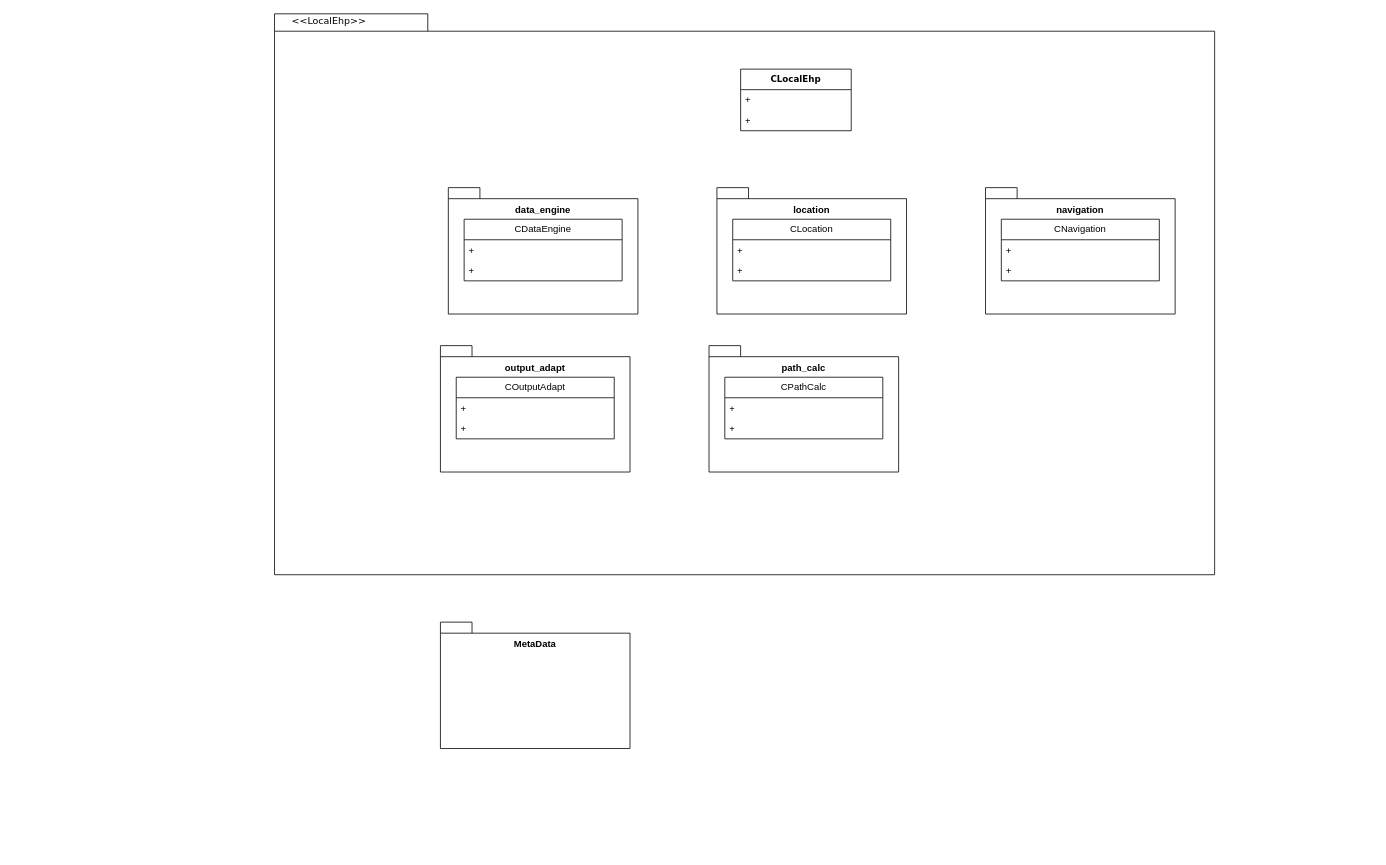
This is 未命名绘图.drawio from Collinlxf/KF-GINS, a draw.io file, before an edit. Source tidied: cells renumbered, new cells numbered last; positions are measured from the earlier drawing's top-left corner, leaving out a move shared by most shapes. Both pictures are drawn from the tidied source at 79%, with x=0, y=0 at pixel (274, 13).
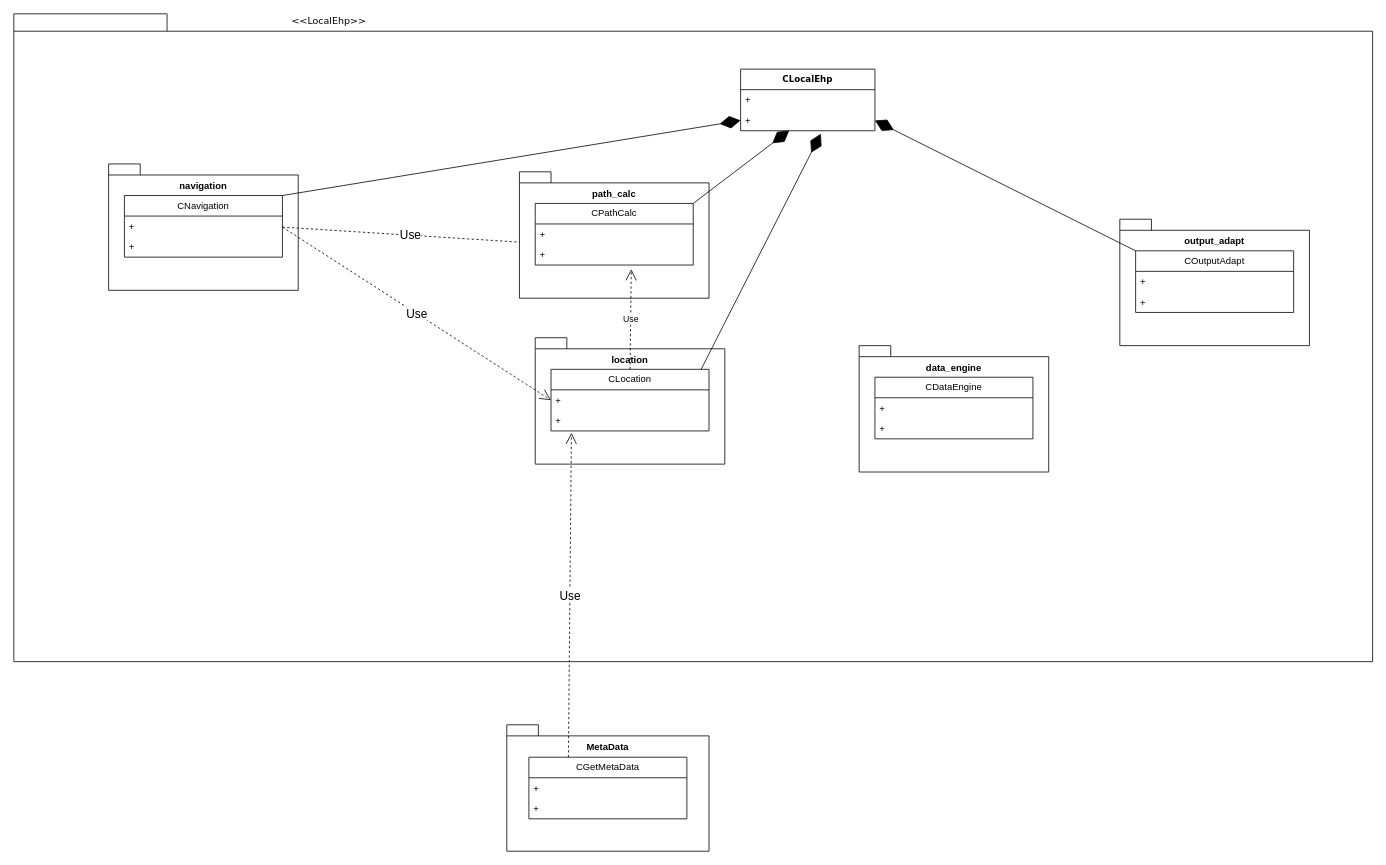
The same page after the edit.

Commit message (it also covers changes not shown here):
更新未命名绘图.drawio

The change refers to these unchanged cells:
```xml
<mxCell id="14" value="&lt;div style=&quot;white-space-collapse: preserve;&quot;&gt;CLocation&lt;/div&gt;" style="swimlane;fontStyle=0;horizontal=1;startSize=26;fillColor=none;whiteSpace=wrap;html=1;" parent="12" vertex="1">
  <mxGeometry x="20" y="40" width="200" height="78" as="geometry" />
</mxCell>
<mxCell id="15" value="+" style="text;strokeColor=none;fillColor=none;align=left;verticalAlign=top;spacingLeft=4;spacingRight=4;overflow=hidden;points=[[0,0.5],[1,0.5]];portConstraint=eastwest;whiteSpace=wrap;html=1;" parent="14" vertex="1">
  <mxGeometry y="26" width="200" height="26" as="geometry" />
</mxCell>
<mxCell id="16" value="+" style="text;strokeColor=none;fillColor=none;align=left;verticalAlign=top;spacingLeft=4;spacingRight=4;overflow=hidden;points=[[0,0.5],[1,0.5]];portConstraint=eastwest;whiteSpace=wrap;html=1;" parent="14" vertex="1">
  <mxGeometry y="52" width="200" height="26" as="geometry" />
</mxCell>
<mxCell id="24" value="&lt;div style=&quot;white-space-collapse: preserve;&quot;&gt;COutputAdapt&lt;/div&gt;" style="swimlane;fontStyle=0;horizontal=1;startSize=26;fillColor=none;whiteSpace=wrap;html=1;" parent="22" vertex="1">
  <mxGeometry x="20" y="40" width="200" height="78" as="geometry" />
</mxCell>
<mxCell id="31" value="+" style="text;strokeColor=none;fillColor=none;align=left;verticalAlign=top;spacingLeft=4;spacingRight=4;overflow=hidden;points=[[0,0.5],[1,0.5]];portConstraint=eastwest;whiteSpace=wrap;html=1;" parent="29" vertex="1">
  <mxGeometry y="52" width="200" height="26" as="geometry" />
</mxCell>
```

What changed in the source:
```diff
@@
     <mxCell id="2" style="shape=folder;fontStyle=1;spacingTop=10;tabWidth=194;tabHeight=22;tabPosition=left;html=1;rounded=0;shadow=0;comic=0;labelBackgroundColor=none;strokeWidth=1;fillColor=none;fontFamily=Verdana;fontSize=10;align=center;" parent="1" vertex="1">
-      <mxGeometry width="1190" height="710" as="geometry" />
+      <mxGeometry x="-330" width="1720" height="820" as="geometry" />
     </mxCell>
@@
     <mxCell id="4" value="&lt;span style=&quot;font-family: Verdana; font-size: 11px; font-weight: 700; text-wrap-mode: nowrap;&quot;&gt;CLocalEhp&lt;/span&gt;" style="swimlane;fontStyle=0;horizontal=1;startSize=26;fillColor=none;whiteSpace=wrap;html=1;" parent="1" vertex="1">
-      <mxGeometry x="590" y="70" width="140" height="78" as="geometry" />
+      <mxGeometry x="590" y="70" width="170" height="78" as="geometry" />
     </mxCell>
     <mxCell id="5" value="+" style="text;strokeColor=none;fillColor=none;align=left;verticalAlign=top;spacingLeft=4;spacingRight=4;overflow=hidden;whiteSpace=wrap;html=1;" parent="4" vertex="1">
-      <mxGeometry y="26" width="140" height="26" as="geometry" />
+      <mxGeometry y="26" width="170" height="26" as="geometry" />
     </mxCell>
     <mxCell id="6" value="+" style="text;strokeColor=none;fillColor=none;align=left;verticalAlign=top;spacingLeft=4;spacingRight=4;overflow=hidden;points=[[0,0.5],[1,0.5]];portConstraint=eastwest;whiteSpace=wrap;html=1;" parent="4" vertex="1">
-      <mxGeometry y="52" width="140" height="26" as="geometry" />
+      <mxGeometry y="52" width="170" height="26" as="geometry" />
     </mxCell>
     <mxCell id="7" style="group;" parent="1" vertex="1">
-      <mxGeometry x="220" y="220" width="240" height="160" as="geometry" />
+      <mxGeometry x="740" y="420" width="240" height="160" as="geometry" />
     </mxCell>
@@
     <mxCell id="12" style="group;" parent="1" vertex="1">
-      <mxGeometry x="560" y="220" width="240" height="160" as="geometry" />
+      <mxGeometry x="330" y="410" width="240" height="160" as="geometry" />
     </mxCell>
@@
+    <mxCell id="33" style="endArrow=diamondThin;endFill=1;endSize=24;html=1;rounded=0;entryX=0.597;entryY=1.148;entryDx=0;entryDy=0;entryPerimeter=0;" parent="14" edge="1" target="6">
+      <mxGeometry relative="1" as="geometry">
+        <mxPoint x="190" as="sourcePoint" />
+      </mxGeometry>
+    </mxCell>
@@
     <mxCell id="17" style="group;" parent="1" vertex="1">
-      <mxGeometry x="900" y="220" width="240" height="160" as="geometry" />
+      <mxGeometry x="-210" y="190" width="240" height="160" as="geometry" />
     </mxCell>
@@
+    <mxCell id="34" style="endArrow=diamondThin;endFill=1;endSize=24;html=1;rounded=0;entryX=0;entryY=0.5;entryDx=0;entryDy=0;" parent="17" edge="1" target="6">
+      <mxGeometry relative="1" as="geometry">
+        <mxPoint x="220" y="40" as="sourcePoint" />
+      </mxGeometry>
+    </mxCell>
+    <mxCell id="35" value="&lt;font style=&quot;font-size: 15px;&quot;&gt;Use&lt;/font&gt;" style="endArrow=open;endSize=12;dashed=1;html=1;rounded=0;entryX=0;entryY=0.5;entryDx=0;entryDy=0;" parent="17" edge="1" target="15">
+      <mxGeometry relative="1" as="geometry">
+        <mxPoint x="220" y="80" as="sourcePoint" />
+      </mxGeometry>
+    </mxCell>
+    <mxCell id="36" value="&lt;font style=&quot;font-size: 15px;&quot;&gt;Use&lt;/font&gt;" style="endArrow=open;endSize=12;dashed=1;html=1;rounded=0;entryX=0.015;entryY=-0.06;entryDx=0;entryDy=0;entryPerimeter=0;" parent="17" edge="1" target="31">
+      <mxGeometry relative="1" as="geometry">
+        <mxPoint x="220" y="80" as="sourcePoint" />
+      </mxGeometry>
+    </mxCell>
     <mxCell id="22" style="group;" parent="1" vertex="1">
-      <mxGeometry x="210" y="420" width="240" height="160" as="geometry" />
+      <mxGeometry x="1070" y="260" width="240" height="160" as="geometry" />
     </mxCell>
@@
     <mxCell id="27" style="group;" parent="1" vertex="1">
-      <mxGeometry x="550" y="420" width="240" height="160" as="geometry" />
+      <mxGeometry x="310" y="200" width="240" height="160" as="geometry" />
     </mxCell>
@@
+    <mxCell id="37" style="endArrow=diamondThin;endFill=1;endSize=24;html=1;rounded=0;entryX=0.362;entryY=0.984;entryDx=0;entryDy=0;entryPerimeter=0;" parent="27" edge="1" target="6">
+      <mxGeometry relative="1" as="geometry">
+        <mxPoint x="220" y="40" as="sourcePoint" />
+      </mxGeometry>
+    </mxCell>
     <mxCell id="32" value="&lt;div&gt;MetaData&lt;/div&gt;&lt;div&gt;&lt;br&gt;&lt;/div&gt;&lt;div&gt;&lt;br&gt;&lt;/div&gt;&lt;div&gt;&lt;br&gt;&lt;/div&gt;&lt;div&gt;&lt;br&gt;&lt;/div&gt;&lt;div&gt;&lt;br&gt;&lt;/div&gt;&lt;div&gt;&lt;br&gt;&lt;/div&gt;&lt;div&gt;&lt;br&gt;&lt;/div&gt;&lt;div&gt;&lt;br&gt;&lt;/div&gt;" style="shape=folder;fontStyle=1;spacingTop=10;tabWidth=40;tabHeight=14;tabPosition=left;html=1;whiteSpace=wrap;align=center;" parent="1" vertex="1">
-      <mxGeometry x="210" y="770" width="240" height="160" as="geometry" />
+      <mxGeometry x="294" y="900" width="256" height="160" as="geometry" />
     </mxCell>
+    <mxCell id="38" value="&lt;div style=&quot;white-space-collapse: preserve;&quot;&gt;CGetMetaData&lt;/div&gt;" style="swimlane;fontStyle=0;horizontal=1;startSize=26;fillColor=none;whiteSpace=wrap;html=1;" parent="32" vertex="1">
+      <mxGeometry x="28" y="41" width="200" height="78" as="geometry" />
+    </mxCell>
+    <mxCell id="39" value="+" style="text;strokeColor=none;fillColor=none;align=left;verticalAlign=top;spacingLeft=4;spacingRight=4;overflow=hidden;whiteSpace=wrap;html=1;" parent="38" vertex="1">
+      <mxGeometry y="26" width="200" height="26" as="geometry" />
+    </mxCell>
+    <mxCell id="40" value="+" style="text;strokeColor=none;fillColor=none;align=left;verticalAlign=top;spacingLeft=4;spacingRight=4;overflow=hidden;whiteSpace=wrap;html=1;" parent="38" vertex="1">
+      <mxGeometry y="52" width="200" height="26" as="geometry" />
+    </mxCell>
+    <mxCell id="41" style="endArrow=diamondThin;endFill=1;endSize=24;html=1;rounded=0;entryX=1;entryY=0.5;entryDx=0;entryDy=0;exitX=0;exitY=0;exitDx=0;exitDy=0;" parent="1" edge="1" source="24" target="6">
+      <mxGeometry relative="1" as="geometry" />
+    </mxCell>
+    <mxCell id="42" value="&lt;font style=&quot;font-size: 15px;&quot;&gt;Use&lt;/font&gt;" style="endArrow=open;endSize=12;dashed=1;html=1;rounded=0;entryX=0.129;entryY=1.093;entryDx=0;entryDy=0;entryPerimeter=0;exitX=0.25;exitY=0;exitDx=0;exitDy=0;" parent="1" edge="1" source="38" target="16">
+      <mxGeometry relative="1" as="geometry" />
+    </mxCell>
+    <mxCell id="43" value="Use" style="endArrow=open;endSize=12;dashed=1;html=1;rounded=0;entryX=0.608;entryY=1.203;entryDx=0;entryDy=0;entryPerimeter=0;exitX=0.5;exitY=0;exitDx=0;exitDy=0;" parent="1" edge="1" source="14" target="31">
+      <mxGeometry relative="1" as="geometry" />
+    </mxCell>
```
